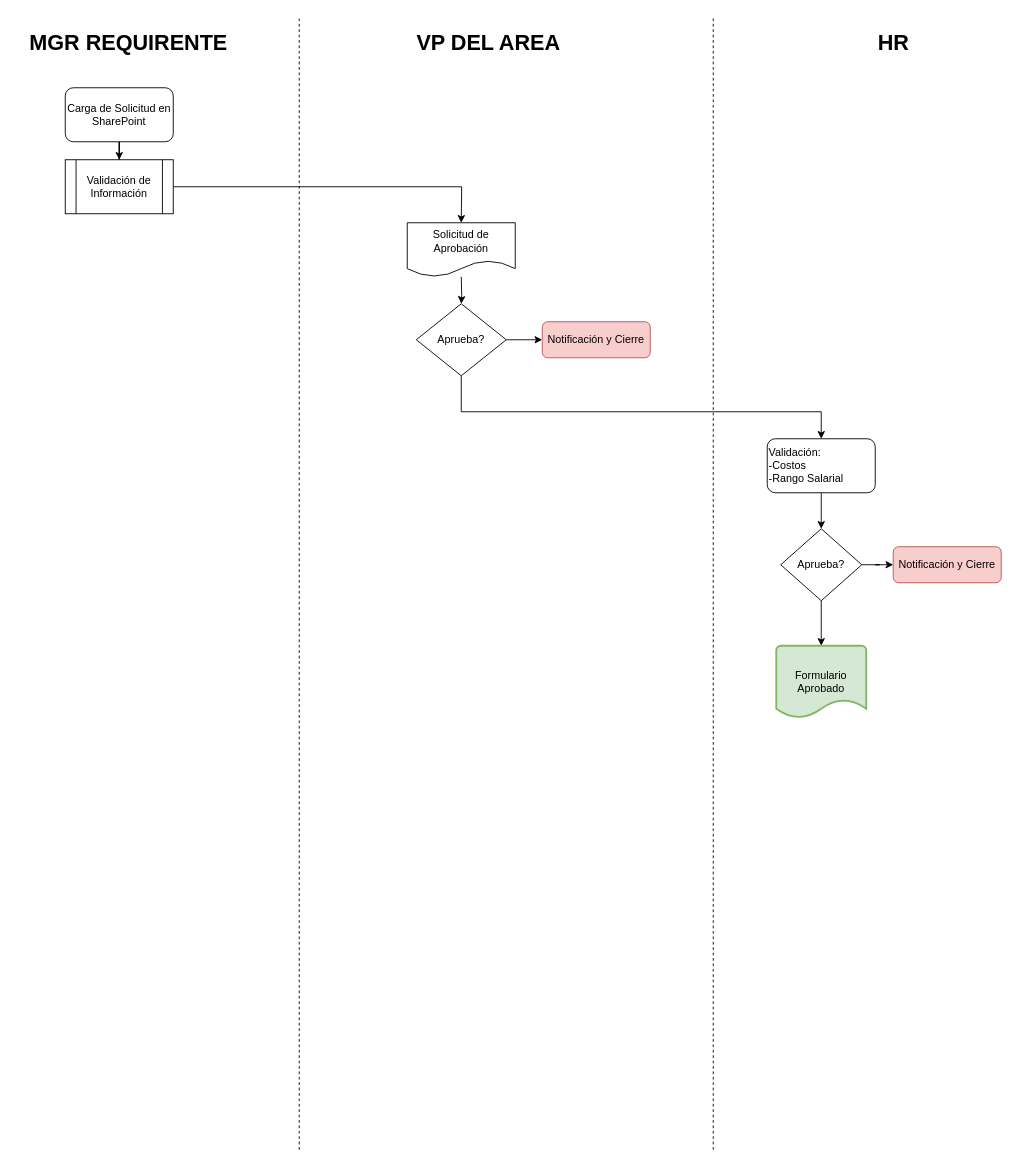
This is Proceso Aprobacion.drawio from alexi86f/FlowChart, a draw.io file, before an edit. Source tidied: cells renumbered, new cells numbered last; positions are measured from the earlier drawing's top-left corner, leaving out a move shared by most shapes. Both pictures are drawn from the tidied source at 90%, with x=0, y=0 at pixel (20, 15).
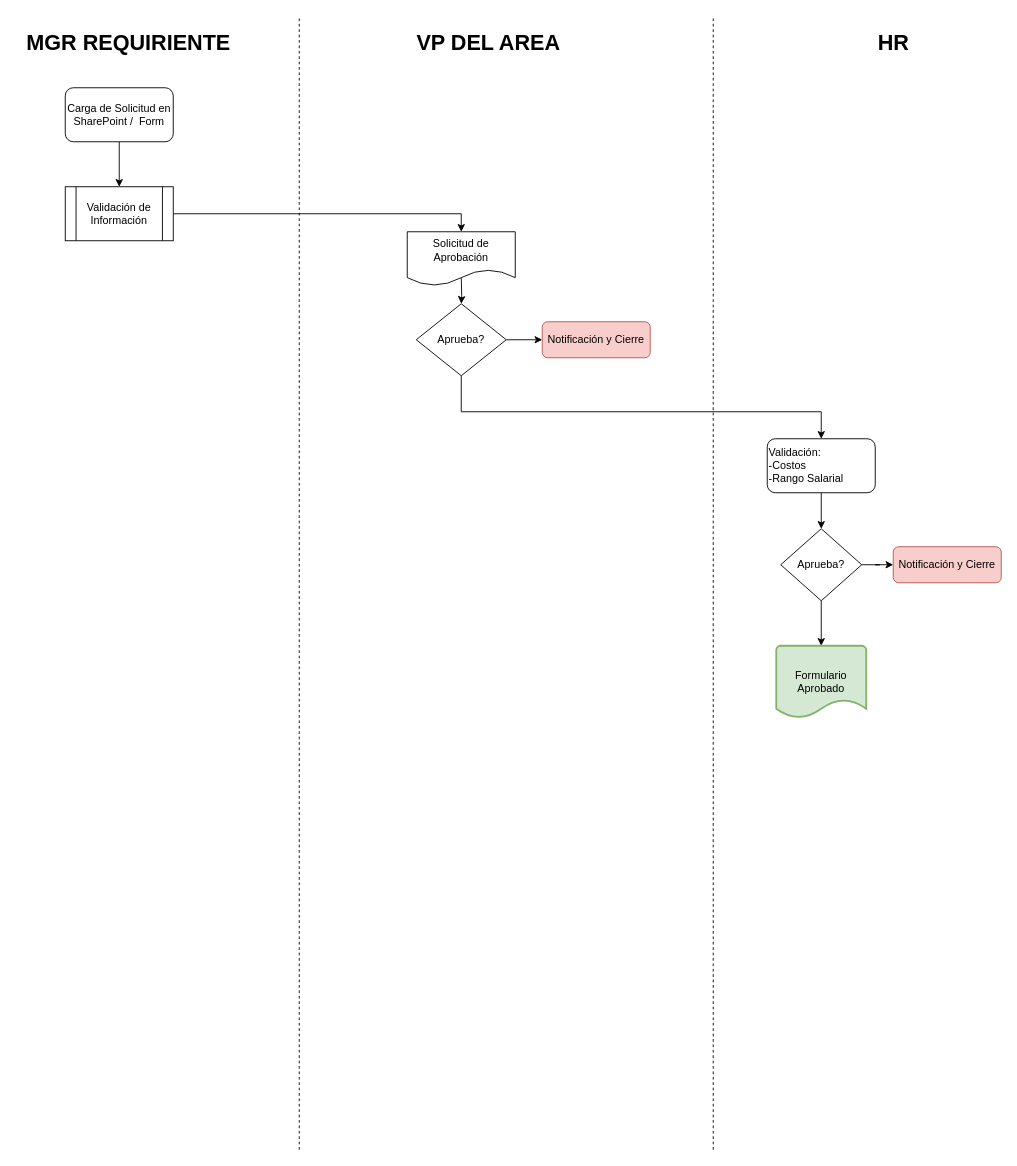
The same page after the edit.

The edit, as a diff of the source:
```diff
@@
-    <mxCell id="2" value="&lt;b&gt;&lt;font style=&quot;font-size: 24px;&quot;&gt;MGR REQUIRENTE&lt;/font&gt;&lt;/b&gt;" style="text;html=1;align=center;verticalAlign=middle;strokeColor=none;fillColor=none;" parent="1" vertex="1">
-      <mxGeometry y="10" width="240" height="40" as="geometry" />
+    <mxCell id="2" value="&lt;b&gt;&lt;font style=&quot;font-size: 24px;&quot;&gt;MGR REQUIRIENTE&lt;/font&gt;&lt;/b&gt;" style="text;html=1;align=center;verticalAlign=middle;strokeColor=none;fillColor=none;" parent="1" vertex="1">
+      <mxGeometry x="-5" y="10" width="250" height="40" as="geometry" />
     </mxCell>
@@
-    <mxCell id="6" value="Carga de Solicitud en SharePoint" style="rounded=1;whiteSpace=wrap;html=1;" parent="1" vertex="1">
+    <mxCell id="6" value="Carga de Solicitud en SharePoint /&amp;nbsp; Form" style="rounded=1;whiteSpace=wrap;html=1;" parent="1" vertex="1">
       <mxGeometry x="50" y="80" width="120" height="60" as="geometry" />
     </mxCell>
-    <mxCell id="7" style="edgeStyle=orthogonalEdgeStyle;rounded=0;jettySize=auto;html=1;entryX=0.5;entryY=0;entryDx=0;entryDy=0;" parent="1" edge="1" source="8">
-      <mxGeometry relative="1" as="geometry">
-        <mxPoint x="490" y="230" as="targetPoint" />
-      </mxGeometry>
+    <mxCell id="7" style="edgeStyle=orthogonalEdgeStyle;rounded=0;jettySize=auto;html=1;entryX=0.5;entryY=0;entryDx=0;entryDy=0;" parent="1" edge="1" source="8" target="13">
+      <mxGeometry relative="1" as="geometry" />
     </mxCell>
     <mxCell id="8" value="Validación de Información" style="shape=process;whiteSpace=wrap;html=1;backgroundOutline=1;" parent="1" vertex="1">
-      <mxGeometry x="50" y="160" width="120" height="60" as="geometry" />
+      <mxGeometry x="50" y="190" width="120" height="60" as="geometry" />
     </mxCell>
@@
     <mxCell id="13" value="Solicitud de Aprobación" style="shape=document;whiteSpace=wrap;html=1;boundedLbl=1;" parent="1" vertex="1">
-      <mxGeometry x="430" y="230" width="120" height="60" as="geometry" />
+      <mxGeometry x="430" y="240" width="120" height="60" as="geometry" />
     </mxCell>
```
